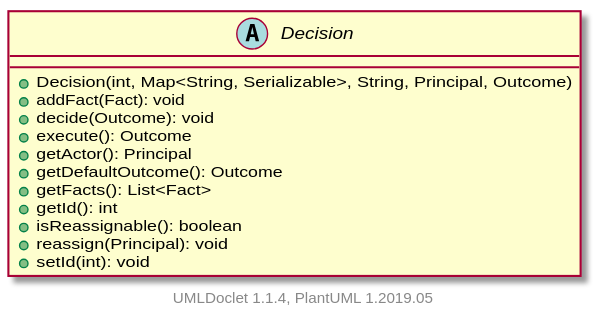
Above: apidocs/2.11.0.M8-SNAPSHOT/org/apache/wiki/workflow/Decision.svg in apache/jspwiki-site (PlantUML), before the change.
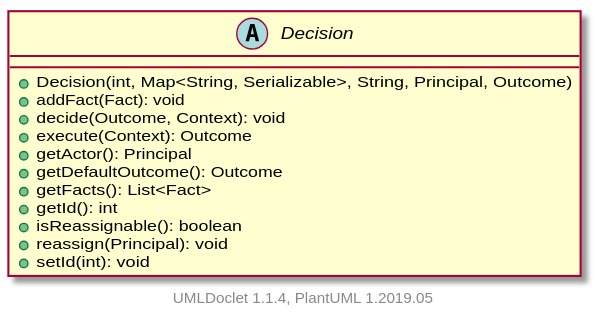
The same file after the commit.

Change to the diagram source:
```diff
@@ -3,8 +3,8 @@
     abstract class Decision [[Decision.html]] {
         +Decision(int, Map<String, Serializable>, String, Principal, Outcome)
         +addFact(Fact): void
-        +decide(Outcome): void
-        +execute(): Outcome
+        +decide(Outcome, Context): void
+        +execute(Context): Outcome
         +getActor(): Principal
         +getDefaultOutcome(): Outcome
         +getFacts(): List<Fact>
```
